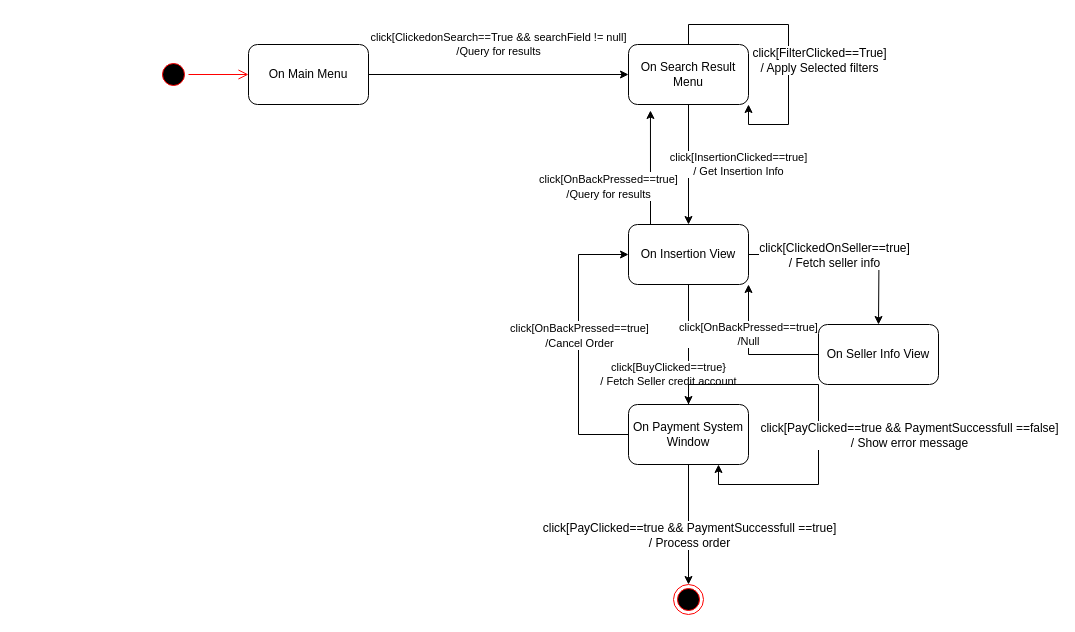
This is StateDiagram_BuyBook.drawio from davideleoni997/ScambioUniversitario, a draw.io file, before an edit. Source tidied: cells renumbered, new cells numbered last; positions are measured from the earlier drawing's top-left corner, leaving out a move shared by most shapes. Both pictures are drawn from the tidied source at 100%, with x=0, y=0 at pixel (158, 24).
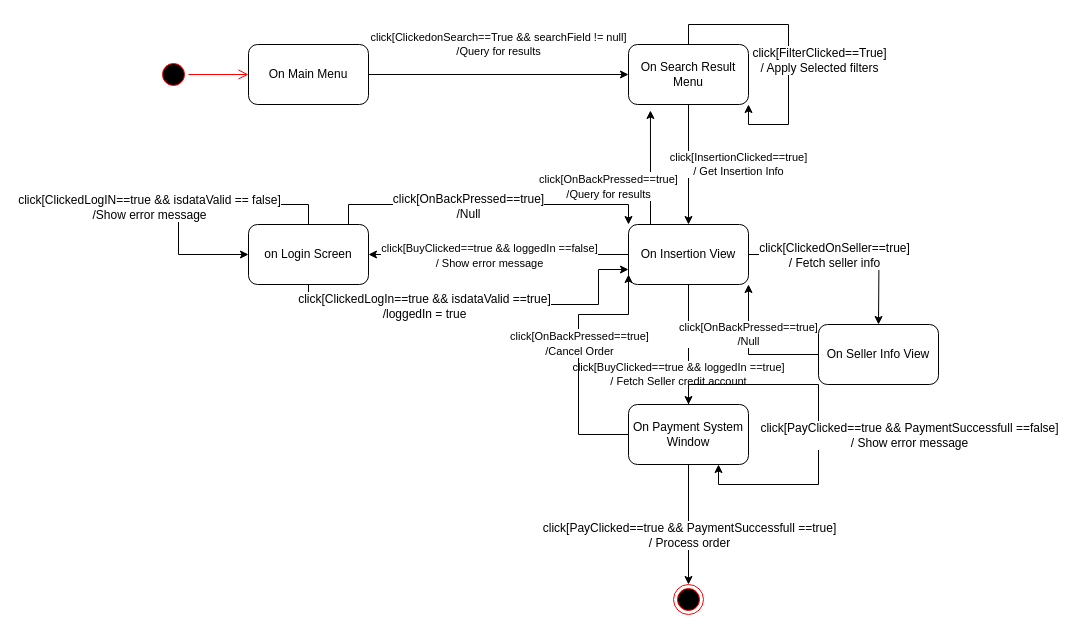
The same diagram, later.

Unchanged cells that the change refers to:
```xml
<mxCell id="15" value="On Insertion View" style="rounded=1;whiteSpace=wrap;html=1;" parent="1" vertex="1">
  <mxGeometry x="470" y="200" width="120" height="60" as="geometry" />
</mxCell>
<mxCell id="22" value="On Payment System Window" style="rounded=1;whiteSpace=wrap;html=1;" parent="1" vertex="1">
  <mxGeometry x="470" y="380" width="120" height="60" as="geometry" />
</mxCell>
```

Diff of the diagram source:
```diff
@@
-    <mxCell id="14" value="click[BuyClicked==true}&lt;br&gt;/ Fetch Seller credit account" style="edgeStyle=orthogonalEdgeStyle;rounded=0;jettySize=auto;html=1;entryX=0.5;entryY=0;entryDx=0;entryDy=0;" parent="1" edge="1" source="15" target="22">
-      <mxGeometry x="0.5" y="-20" relative="1" as="geometry" />
+    <mxCell id="14" value="click[BuyClicked==true &amp;amp;&amp;amp; loggedIn ==true]&lt;br&gt;/ Fetch Seller credit account" style="edgeStyle=orthogonalEdgeStyle;rounded=0;jettySize=auto;html=1;entryX=0.5;entryY=0;entryDx=0;entryDy=0;" parent="1" edge="1" source="15" target="22">
+      <mxGeometry x="0.5" y="-10" relative="1" as="geometry" />
     </mxCell>
+    <mxCell id="26" style="edgeStyle=orthogonalEdgeStyle;rounded=0;jettySize=auto;html=1;entryX=1;entryY=0.5;entryDx=0;entryDy=0;" parent="1" edge="1" source="15" target="32">
+      <mxGeometry relative="1" as="geometry" />
+    </mxCell>
+    <mxCell id="27" value="&lt;span style=&quot;font-size: 11px&quot;&gt;click[BuyClicked==true &amp;amp;&amp;amp; loggedIn ==false]&lt;/span&gt;&lt;br style=&quot;font-size: 11px&quot;&gt;&lt;span style=&quot;font-size: 11px&quot;&gt;/ Show error message&lt;/span&gt;" style="text;html=1;align=center;verticalAlign=middle;labelBackgroundColor=#ffffff;" parent="26" vertex="1">
+      <mxGeometry x="0.25" y="2" relative="1" as="geometry">
+        <mxPoint x="23" y="-2" as="offset" />
+      </mxGeometry>
+    </mxCell>
@@
-    <mxCell id="18" style="edgeStyle=orthogonalEdgeStyle;rounded=0;jettySize=auto;html=1;entryX=0;entryY=0.5;entryDx=0;entryDy=0;" parent="1" edge="1" source="22" target="15">
+    <mxCell id="18" style="edgeStyle=orthogonalEdgeStyle;rounded=0;jettySize=auto;html=1;" parent="1" edge="1" source="22">
       <mxGeometry relative="1" as="geometry">
+        <mxPoint x="470" y="250" as="targetPoint" />
         <Array as="points">
           <mxPoint x="420" y="410" />
-          <mxPoint x="420" y="230" />
+          <mxPoint x="420" y="290" />
+          <mxPoint x="470" y="290" />
         </Array>
       </mxGeometry>
     </mxCell>
@@
+    <mxCell id="28" style="edgeStyle=orthogonalEdgeStyle;rounded=0;jettySize=auto;html=1;entryX=0;entryY=0.75;entryDx=0;entryDy=0;" parent="1" edge="1" source="32" target="15">
+      <mxGeometry relative="1" as="geometry">
+        <Array as="points">
+          <mxPoint x="150" y="280" />
+          <mxPoint x="440" y="280" />
+          <mxPoint x="440" y="245" />
+        </Array>
+      </mxGeometry>
+    </mxCell>
+    <mxCell id="29" value="click[ClickedLogIn==true &amp;amp;&amp;amp; isdataValid ==true]&lt;br&gt;/loggedIn = true" style="text;html=1;align=center;verticalAlign=middle;labelBackgroundColor=#ffffff;" parent="28" vertex="1">
+      <mxGeometry x="-0.32" y="-1" relative="1" as="geometry">
+        <mxPoint x="8" as="offset" />
+      </mxGeometry>
+    </mxCell>
+    <mxCell id="30" style="edgeStyle=orthogonalEdgeStyle;rounded=0;jettySize=auto;html=1;entryX=0;entryY=0;entryDx=0;entryDy=0;" parent="1" edge="1" source="32" target="15">
+      <mxGeometry relative="1" as="geometry">
+        <Array as="points">
+          <mxPoint x="190" y="180" />
+          <mxPoint x="470" y="180" />
+        </Array>
+      </mxGeometry>
+    </mxCell>
+    <mxCell id="31" value="click[OnBackPressed==true]&lt;br&gt;/Null" style="text;html=1;align=center;verticalAlign=middle;labelBackgroundColor=#ffffff;" parent="30" vertex="1">
+      <mxGeometry x="-0.13" y="-1" relative="1" as="geometry" />
+    </mxCell>
+    <mxCell id="32" value="on Login Screen" style="rounded=1;whiteSpace=wrap;html=1;" parent="1" vertex="1">
+      <mxGeometry x="90" y="200" width="120" height="60" as="geometry" />
+    </mxCell>
+    <mxCell id="33" style="edgeStyle=orthogonalEdgeStyle;rounded=0;orthogonalLoop=1;jettySize=auto;html=1;entryX=0;entryY=0.5;entryDx=0;entryDy=0;" parent="1" edge="1" source="32" target="32">
+      <mxGeometry relative="1" as="geometry">
+        <Array as="points">
+          <mxPoint x="150" y="180" />
+          <mxPoint x="20" y="180" />
+          <mxPoint x="20" y="230" />
+        </Array>
+      </mxGeometry>
+    </mxCell>
+    <mxCell id="34" value="click[ClickedLogIN==true &amp;amp;&amp;amp; isdataValid == false]&lt;br&gt;/Show error message" style="text;html=1;align=center;verticalAlign=middle;labelBackgroundColor=#ffffff;" parent="33" vertex="1">
+      <mxGeometry x="-0.19" y="2" relative="1" as="geometry">
+        <mxPoint x="-71" as="offset" />
+      </mxGeometry>
+    </mxCell>
```
